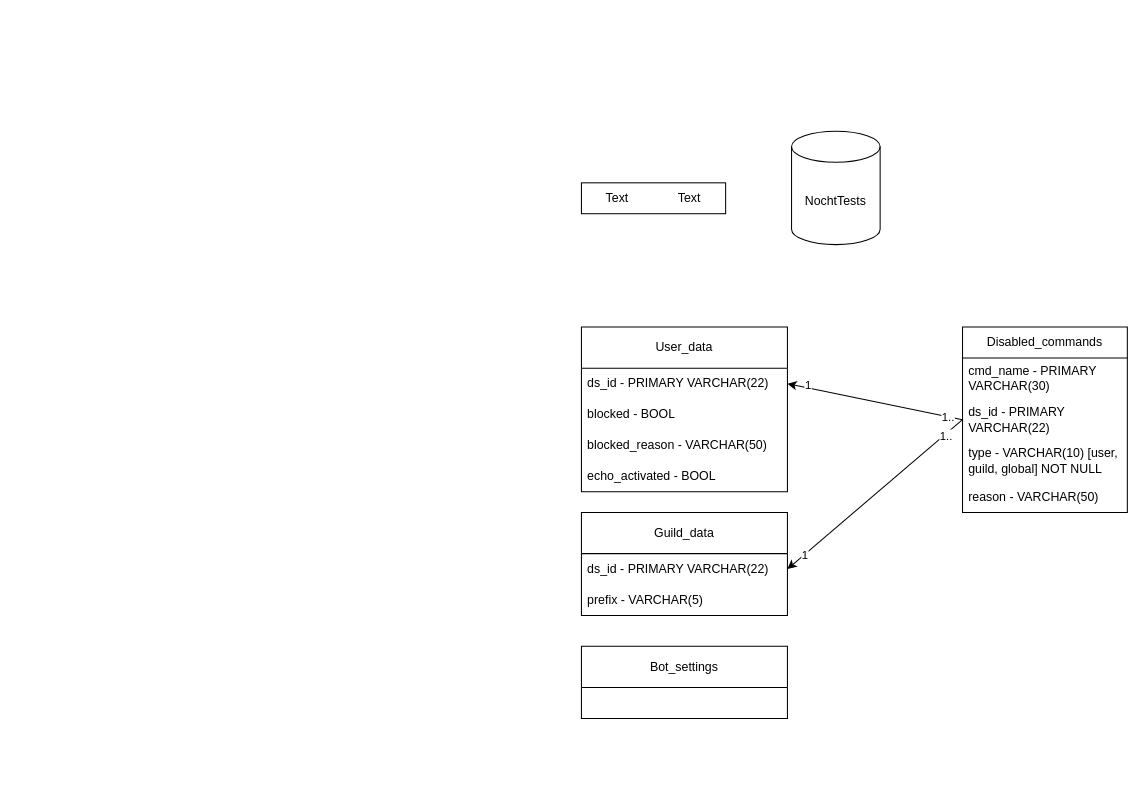
Above: schemes/DB.drawio in TheNochtgamer/NochtTests (draw.io), before the change. Source tidied: cells renumbered, new cells numbered last; positions are measured from the earlier drawing's top-left corner, leaving out a move shared by most shapes. Both pictures are drawn from the tidied source at 103%, with x=0, y=0 at pixel (581, 131).
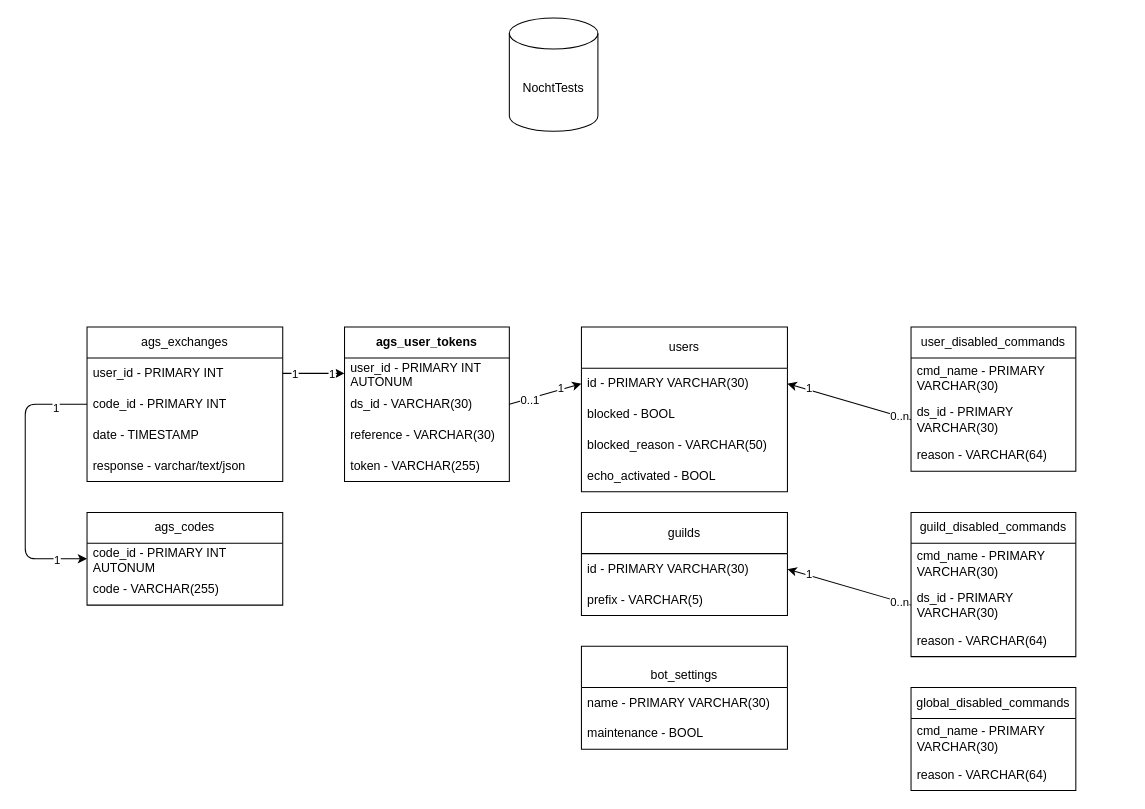
The same diagram, later.

Diff of the diagram source:
```diff
@@
-    <mxCell id="2" value="User_data" style="swimlane;fontStyle=0;horizontal=1;startSize=40;whiteSpace=wrap;html=1;" parent="1" vertex="1">
+    <mxCell id="2" value="users" style="swimlane;fontStyle=0;horizontal=1;startSize=40;whiteSpace=wrap;html=1;" parent="1" vertex="1">
       <mxGeometry y="190" width="200" height="160" as="geometry" />
     </mxCell>
-    <mxCell id="3" value="ds_id - PRIMARY VARCHAR(22)" style="text;strokeColor=none;fillColor=none;align=left;verticalAlign=middle;spacingLeft=4;spacingRight=4;overflow=hidden;points=[[0,0.5],[1,0.5]];portConstraint=eastwest;whiteSpace=wrap;html=1;" parent="2" vertex="1">
+    <mxCell id="3" value="id - PRIMARY VARCHAR(30)" style="text;strokeColor=none;fillColor=none;align=left;verticalAlign=middle;spacingLeft=4;spacingRight=4;overflow=hidden;points=[[0,0.5],[1,0.5]];portConstraint=eastwest;whiteSpace=wrap;html=1;" parent="2" vertex="1">
       <mxGeometry y="40" width="200" height="30" as="geometry" />
     </mxCell>
@@
     <mxCell id="7" value="NochtTests" style="shape=cylinder3;whiteSpace=wrap;html=1;boundedLbl=1;backgroundOutline=1;size=15;" parent="1" vertex="1">
-      <mxGeometry x="204" width="86" height="110" as="geometry" />
+      <mxGeometry x="-70" y="-110" width="86" height="110" as="geometry" />
     </mxCell>
-    <mxCell id="8" style="group;" parent="1" vertex="1">
-      <mxGeometry y="50" width="140" height="30" as="geometry" />
-    </mxCell>
-    <mxCell id="9" style="rounded=0;whiteSpace=wrap;html=1;" parent="8" vertex="1">
-      <mxGeometry width="140" height="30" as="geometry" />
-    </mxCell>
-    <mxCell id="10" value="Text" style="text;html=1;strokeColor=none;fillColor=none;align=center;verticalAlign=middle;whiteSpace=wrap;rounded=0;" parent="8" vertex="1">
-      <mxGeometry width="70" height="30" as="geometry" />
-    </mxCell>
-    <mxCell id="11" value="Text" style="text;html=1;strokeColor=none;fillColor=none;align=center;verticalAlign=middle;whiteSpace=wrap;rounded=0;" parent="8" vertex="1">
-      <mxGeometry x="70" width="70" height="30" as="geometry" />
-    </mxCell>
-    <mxCell id="12" value="Disabled_commands" style="swimlane;fontStyle=0;horizontal=1;startSize=30;whiteSpace=wrap;html=1;" parent="1" vertex="1">
-      <mxGeometry x="370" y="190" width="160" height="180" as="geometry" />
+    <mxCell id="12" value="user_disabled_commands" style="swimlane;fontStyle=0;horizontal=1;startSize=30;whiteSpace=wrap;html=1;" parent="1" vertex="1">
+      <mxGeometry x="320" y="190" width="160" height="140" as="geometry" />
     </mxCell>
@@
-    <mxCell id="14" value="ds_id - PRIMARY VARCHAR(22)" style="text;strokeColor=none;fillColor=none;align=left;verticalAlign=middle;spacingLeft=4;spacingRight=4;overflow=hidden;points=[[0,0.5],[1,0.5]];portConstraint=eastwest;whiteSpace=wrap;html=1;" parent="12" vertex="1">
+    <mxCell id="14" value="ds_id - PRIMARY VARCHAR(30)" style="text;strokeColor=none;fillColor=none;align=left;verticalAlign=middle;spacingLeft=4;spacingRight=4;overflow=hidden;points=[[0,0.5],[1,0.5]];portConstraint=eastwest;whiteSpace=wrap;html=1;" parent="12" vertex="1">
       <mxGeometry y="70" width="160" height="40" as="geometry" />
     </mxCell>
-    <mxCell id="15" value="type - VARCHAR(10) [user, guild, global] NOT NULL" style="text;strokeColor=none;fillColor=none;align=left;verticalAlign=middle;spacingLeft=4;spacingRight=4;overflow=hidden;whiteSpace=wrap;html=1;" parent="12" vertex="1">
-      <mxGeometry y="110" width="160" height="40" as="geometry" />
-    </mxCell>
-    <mxCell id="16" value="reason - VARCHAR(50)" style="text;strokeColor=none;fillColor=none;align=left;verticalAlign=middle;spacingLeft=4;spacingRight=4;overflow=hidden;whiteSpace=wrap;html=1;" parent="12" vertex="1">
-      <mxGeometry y="150" width="160" height="30" as="geometry" />
+    <mxCell id="16" value="reason - VARCHAR(64)" style="text;strokeColor=none;fillColor=none;align=left;verticalAlign=middle;spacingLeft=4;spacingRight=4;overflow=hidden;whiteSpace=wrap;html=1;" parent="12" vertex="1">
+      <mxGeometry y="110" width="160" height="30" as="geometry" />
     </mxCell>
-    <mxCell id="17" value="Guild_data" style="swimlane;fontStyle=0;horizontal=1;startSize=40;whiteSpace=wrap;html=1;" parent="1" vertex="1">
+    <mxCell id="17" value="guilds" style="swimlane;fontStyle=0;horizontal=1;startSize=40;whiteSpace=wrap;html=1;" parent="1" vertex="1">
       <mxGeometry y="370" width="200" height="100" as="geometry" />
     </mxCell>
-    <mxCell id="18" value="ds_id - PRIMARY VARCHAR(22)" style="text;strokeColor=none;fillColor=none;align=left;verticalAlign=middle;spacingLeft=4;spacingRight=4;overflow=hidden;points=[[0,0.5],[1,0.5]];portConstraint=eastwest;whiteSpace=wrap;html=1;" parent="17" vertex="1">
+    <mxCell id="18" value="id - PRIMARY VARCHAR(30)" style="text;strokeColor=none;fillColor=none;align=left;verticalAlign=middle;spacingLeft=4;spacingRight=4;overflow=hidden;points=[[0,0.5],[1,0.5]];portConstraint=eastwest;whiteSpace=wrap;html=1;" parent="17" vertex="1">
       <mxGeometry y="40" width="200" height="30" as="geometry" />
     </mxCell>
@@
-    <mxCell id="20" value="Bot_settings" style="swimlane;fontStyle=0;horizontal=1;startSize=40;whiteSpace=wrap;html=1;" parent="1" vertex="1">
-      <mxGeometry y="500" width="200" height="70" as="geometry" />
+    <mxCell id="20" value="&lt;br&gt;bot_settings" style="swimlane;fontStyle=0;horizontal=1;startSize=40;whiteSpace=wrap;html=1;" parent="1" vertex="1">
+      <mxGeometry y="500" width="200" height="100" as="geometry" />
     </mxCell>
+    <mxCell id="27" value="name - PRIMARY VARCHAR(30)" style="text;strokeColor=none;fillColor=none;align=left;verticalAlign=middle;spacingLeft=4;spacingRight=4;overflow=hidden;whiteSpace=wrap;html=1;" parent="20" vertex="1">
+      <mxGeometry y="40" width="200" height="30" as="geometry" />
+    </mxCell>
+    <mxCell id="28" value="maintenance - BOOL" style="text;strokeColor=none;fillColor=none;align=left;verticalAlign=middle;spacingLeft=4;spacingRight=4;overflow=hidden;whiteSpace=wrap;html=1;" parent="20" vertex="1">
+      <mxGeometry y="70" width="200" height="30" as="geometry" />
+    </mxCell>
+    <mxCell id="29" value="guild_disabled_commands" style="swimlane;fontStyle=0;horizontal=1;startSize=30;whiteSpace=wrap;html=1;" parent="1" vertex="1">
+      <mxGeometry x="320" y="370" width="160" height="140" as="geometry" />
+    </mxCell>
+    <mxCell id="30" value="cmd_name - PRIMARY VARCHAR(30)" style="text;strokeColor=none;fillColor=none;align=left;verticalAlign=middle;spacingLeft=4;spacingRight=4;overflow=hidden;whiteSpace=wrap;html=1;" parent="29" vertex="1">
+      <mxGeometry y="30" width="160" height="40" as="geometry" />
+    </mxCell>
+    <mxCell id="31" value="ds_id - PRIMARY VARCHAR(30)" style="text;strokeColor=none;fillColor=none;align=left;verticalAlign=middle;spacingLeft=4;spacingRight=4;overflow=hidden;points=[[0,0.5],[1,0.5]];portConstraint=eastwest;whiteSpace=wrap;html=1;" parent="29" vertex="1">
+      <mxGeometry y="70" width="160" height="40" as="geometry" />
+    </mxCell>
+    <mxCell id="32" value="reason - VARCHAR(64)" style="text;strokeColor=none;fillColor=none;align=left;verticalAlign=middle;spacingLeft=4;spacingRight=4;overflow=hidden;whiteSpace=wrap;html=1;" parent="29" vertex="1">
+      <mxGeometry y="110" width="160" height="30" as="geometry" />
+    </mxCell>
+    <mxCell id="33" value="global_disabled_commands" style="swimlane;fontStyle=0;horizontal=1;startSize=30;whiteSpace=wrap;html=1;" parent="1" vertex="1">
+      <mxGeometry x="320" y="540" width="160" height="100" as="geometry" />
+    </mxCell>
+    <mxCell id="34" value="cmd_name - PRIMARY VARCHAR(30)" style="text;strokeColor=none;fillColor=none;align=left;verticalAlign=middle;spacingLeft=4;spacingRight=4;overflow=hidden;whiteSpace=wrap;html=1;" parent="33" vertex="1">
+      <mxGeometry y="30" width="160" height="40" as="geometry" />
+    </mxCell>
+    <mxCell id="35" value="reason - VARCHAR(64)" style="text;strokeColor=none;fillColor=none;align=left;verticalAlign=middle;spacingLeft=4;spacingRight=4;overflow=hidden;whiteSpace=wrap;html=1;" parent="33" vertex="1">
+      <mxGeometry y="70" width="160" height="30" as="geometry" />
+    </mxCell>
-    <mxCell id="21" style="edgeStyle=none;html=1;entryX=1;entryY=0.5;entryDx=0;entryDy=0;exitX=0;exitY=0.5;exitDx=0;exitDy=0;" parent="1" edge="1" source="14" target="3">
+    <mxCell id="21" style="edgeStyle=none;html=1;exitX=0;exitY=0.5;exitDx=0;exitDy=0;entryX=1;entryY=0.5;entryDx=0;entryDy=0;" parent="1" edge="1" source="14" target="3">
       <mxGeometry relative="1" as="geometry" />
     </mxCell>
-    <mxCell id="22" value="1" style="edgeLabel;html=1;align=center;verticalAlign=middle;" parent="21" vertex="1">
-      <mxGeometry x="0.78" y="-2" relative="1" as="geometry" />
-    </mxCell>
-    <mxCell id="23" value="1.." style="edgeLabel;html=1;align=center;verticalAlign=middle;" parent="21" vertex="1">
-      <mxGeometry x="-0.83" y="1" relative="1" as="geometry" />
-    </mxCell>
-    <mxCell id="24" style="edgeStyle=none;html=1;entryX=1;entryY=0.5;entryDx=0;entryDy=0;exitX=0;exitY=0.5;exitDx=0;exitDy=0;" parent="1" edge="1" source="14" target="18">
-      <mxGeometry relative="1" as="geometry" />
-    </mxCell>
-    <mxCell id="25" value="1" style="edgeLabel;html=1;align=center;verticalAlign=middle;" parent="24" vertex="1">
-      <mxGeometry x="0.81" relative="1" as="geometry" />
-    </mxCell>
-    <mxCell id="26" value="1.." style="edgeLabel;html=1;align=center;verticalAlign=middle;" parent="24" vertex="1">
-      <mxGeometry x="-0.79" y="1" relative="1" as="geometry" />
-    </mxCell>
+    <mxCell id="36" value="0..n" style="edgeLabel;html=1;align=center;verticalAlign=middle;" parent="21" vertex="1">
+      <mxGeometry x="-0.8" relative="1" as="geometry" />
+    </mxCell>
+    <mxCell id="37" value="1" style="edgeLabel;html=1;align=center;verticalAlign=middle;" parent="21" vertex="1">
+      <mxGeometry x="0.66" y="-1" relative="1" as="geometry" />
+    </mxCell>
+    <mxCell id="38" style="edgeStyle=none;html=1;exitX=0;exitY=0.5;exitDx=0;exitDy=0;entryX=1;entryY=0.5;entryDx=0;entryDy=0;" parent="1" edge="1" source="31" target="18">
+      <mxGeometry relative="1" as="geometry" />
+    </mxCell>
+    <mxCell id="39" value="0..n" style="edgeLabel;html=1;align=center;verticalAlign=middle;" parent="38" vertex="1">
+      <mxGeometry x="-0.8" relative="1" as="geometry" />
+    </mxCell>
+    <mxCell id="40" value="1" style="edgeLabel;html=1;align=center;verticalAlign=middle;" parent="38" vertex="1">
+      <mxGeometry x="0.66" y="-1" relative="1" as="geometry" />
+    </mxCell>
+    <mxCell id="41" value="ags_user_tokens" style="swimlane;fontStyle=1;horizontal=1;startSize=30;whiteSpace=wrap;html=1;" parent="1" vertex="1">
+      <mxGeometry x="-230" y="190" width="160" height="150" as="geometry" />
+    </mxCell>
+    <mxCell id="42" value="user_id - PRIMARY INT AUTONUM" style="text;strokeColor=none;fillColor=none;align=left;verticalAlign=middle;spacingLeft=4;spacingRight=4;overflow=hidden;points=[[0,0.5],[1,0.5]];portConstraint=eastwest;whiteSpace=wrap;html=1;" parent="41" vertex="1">
+      <mxGeometry y="30" width="160" height="30" as="geometry" />
+    </mxCell>
+    <mxCell id="43" value="ds_id - VARCHAR(30)" style="text;strokeColor=none;fillColor=none;align=left;verticalAlign=middle;spacingLeft=4;spacingRight=4;overflow=hidden;points=[[0,0.5],[1,0.5]];portConstraint=eastwest;whiteSpace=wrap;html=1;" parent="41" vertex="1">
+      <mxGeometry y="60" width="160" height="30" as="geometry" />
+    </mxCell>
+    <mxCell id="44" value="reference - VARCHAR(30)" style="text;strokeColor=none;fillColor=none;align=left;verticalAlign=middle;spacingLeft=4;spacingRight=4;overflow=hidden;whiteSpace=wrap;html=1;" parent="41" vertex="1">
+      <mxGeometry y="90" width="160" height="30" as="geometry" />
+    </mxCell>
+    <mxCell id="45" value="token - VARCHAR(255)" style="text;strokeColor=none;fillColor=none;align=left;verticalAlign=middle;spacingLeft=4;spacingRight=4;overflow=hidden;whiteSpace=wrap;html=1;" parent="41" vertex="1">
+      <mxGeometry y="120" width="160" height="30" as="geometry" />
+    </mxCell>
+    <mxCell id="46" style="edgeStyle=none;html=1;exitX=1;exitY=0.5;exitDx=0;exitDy=0;entryX=0;entryY=0.5;entryDx=0;entryDy=0;" parent="1" edge="1" source="43" target="3">
+      <mxGeometry relative="1" as="geometry" />
+    </mxCell>
+    <mxCell id="47" value="0..1" style="edgeLabel;html=1;align=center;verticalAlign=middle;" parent="46" vertex="1">
+      <mxGeometry x="-0.8" relative="1" as="geometry">
+        <mxPoint x="13" y="-3" as="offset" />
+      </mxGeometry>
+    </mxCell>
+    <mxCell id="48" value="1" style="edgeLabel;html=1;align=center;verticalAlign=middle;" parent="46" vertex="1">
+      <mxGeometry x="0.66" y="-1" relative="1" as="geometry">
+        <mxPoint x="-8" as="offset" />
+      </mxGeometry>
+    </mxCell>
+    <mxCell id="49" value="ags_exchanges" style="swimlane;fontStyle=0;horizontal=1;startSize=30;whiteSpace=wrap;html=1;" parent="1" vertex="1">
+      <mxGeometry x="-480" y="190" width="190" height="150" as="geometry" />
+    </mxCell>
+    <mxCell id="50" value="user_id - PRIMARY INT" style="text;strokeColor=none;fillColor=none;align=left;verticalAlign=middle;spacingLeft=4;spacingRight=4;overflow=hidden;points=[[0,0.5],[1,0.5]];portConstraint=eastwest;whiteSpace=wrap;html=1;" parent="49" vertex="1">
+      <mxGeometry y="30" width="190" height="30" as="geometry" />
+    </mxCell>
+    <mxCell id="51" value="code_id - PRIMARY INT" style="text;strokeColor=none;fillColor=none;align=left;verticalAlign=middle;spacingLeft=4;spacingRight=4;overflow=hidden;points=[[0,0.5],[1,0.5]];portConstraint=eastwest;whiteSpace=wrap;html=1;" parent="49" vertex="1">
+      <mxGeometry y="60" width="190" height="30" as="geometry" />
+    </mxCell>
+    <mxCell id="52" value="date - TIMESTAMP" style="text;strokeColor=none;fillColor=none;align=left;verticalAlign=middle;spacingLeft=4;spacingRight=4;overflow=hidden;whiteSpace=wrap;html=1;" parent="49" vertex="1">
+      <mxGeometry y="90" width="190" height="30" as="geometry" />
+    </mxCell>
+    <mxCell id="53" value="response - varchar/text/json" style="text;strokeColor=none;fillColor=none;align=left;verticalAlign=middle;spacingLeft=4;spacingRight=4;overflow=hidden;whiteSpace=wrap;html=1;" parent="49" vertex="1">
+      <mxGeometry y="120" width="190" height="30" as="geometry" />
+    </mxCell>
+    <mxCell id="54" value="ags_codes" style="swimlane;fontStyle=0;horizontal=1;startSize=30;whiteSpace=wrap;html=1;" parent="1" vertex="1">
+      <mxGeometry x="-480" y="370" width="190" height="90" as="geometry" />
+    </mxCell>
+    <mxCell id="55" value="code_id - PRIMARY INT AUTONUM" style="text;strokeColor=none;fillColor=none;align=left;verticalAlign=middle;spacingLeft=4;spacingRight=4;overflow=hidden;points=[[0,0.5],[1,0.5]];portConstraint=eastwest;whiteSpace=wrap;html=1;" parent="54" vertex="1">
+      <mxGeometry y="30" width="190" height="30" as="geometry" />
+    </mxCell>
+    <mxCell id="56" value="code - VARCHAR(255)" style="text;strokeColor=none;fillColor=none;align=left;verticalAlign=middle;spacingLeft=4;spacingRight=4;overflow=hidden;whiteSpace=wrap;html=1;" parent="54" vertex="1">
+      <mxGeometry y="60" width="190" height="30" as="geometry" />
+    </mxCell>
+    <mxCell id="57" style="edgeStyle=none;html=1;exitX=0;exitY=0.5;exitDx=0;exitDy=0;entryX=0;entryY=0.5;entryDx=0;entryDy=0;" parent="1" edge="1" source="51" target="55">
+      <mxGeometry relative="1" as="geometry">
+        <Array as="points">
+          <mxPoint x="-540" y="265" />
+          <mxPoint x="-540" y="415" />
+        </Array>
+      </mxGeometry>
+    </mxCell>
+    <mxCell id="58" value="1" style="edgeLabel;html=1;align=center;verticalAlign=middle;" parent="57" vertex="1">
+      <mxGeometry x="0.88" y="-1" relative="1" as="geometry">
+        <mxPoint x="-14" as="offset" />
+      </mxGeometry>
+    </mxCell>
+    <mxCell id="59" value="1" style="edgeLabel;html=1;align=center;verticalAlign=middle;" parent="57" vertex="1">
+      <mxGeometry x="-0.88" y="3" relative="1" as="geometry">
+        <mxPoint x="-15" as="offset" />
+      </mxGeometry>
+    </mxCell>
+    <mxCell id="60" style="edgeStyle=none;html=1;exitX=1;exitY=0.5;exitDx=0;exitDy=0;entryX=0;entryY=0.5;entryDx=0;entryDy=0;" parent="1" edge="1" source="50" target="42">
+      <mxGeometry relative="1" as="geometry" />
+    </mxCell>
+    <mxCell id="61" value="1" style="edgeLabel;html=1;align=center;verticalAlign=middle;" parent="60" vertex="1">
+      <mxGeometry x="-0.62" relative="1" as="geometry" />
+    </mxCell>
+    <mxCell id="62" value="1" style="edgeLabel;html=1;align=center;verticalAlign=middle;" parent="60" vertex="1">
+      <mxGeometry x="0.58" relative="1" as="geometry" />
+    </mxCell>
```
